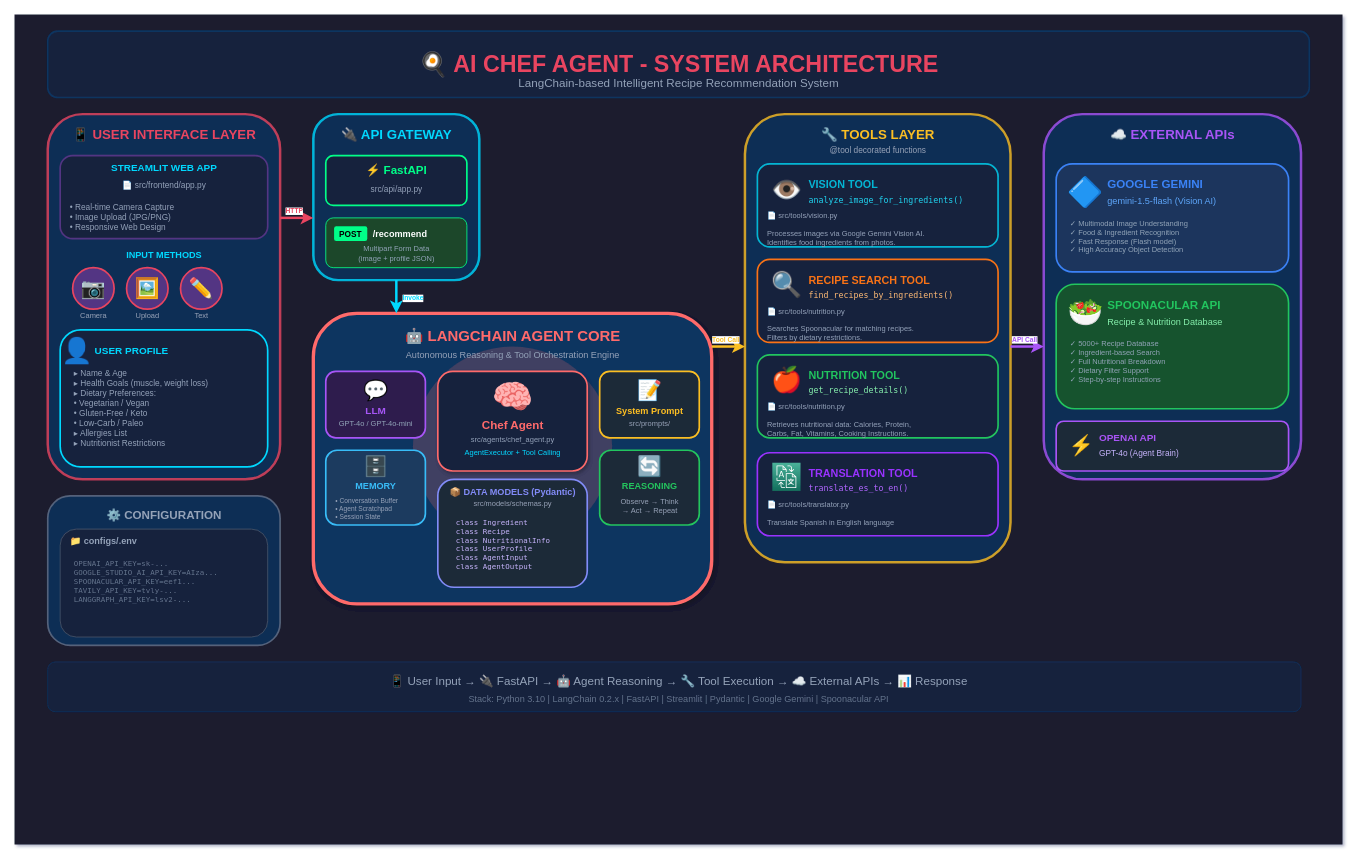
This is page "AI Chef Agent - Professional Architecture" (1 of 4) of docs/agent_architecture.drawio from PabloJGD/proy_nutria, a draw.io file, before an edit. Source tidied: cells renumbered, new cells numbered last; positions are measured from the earlier drawing's top-left corner, leaving out a move shared by most shapes. Both pictures are drawn from the tidied source at 83%, with x=0, y=0 at pixel (14, 14).
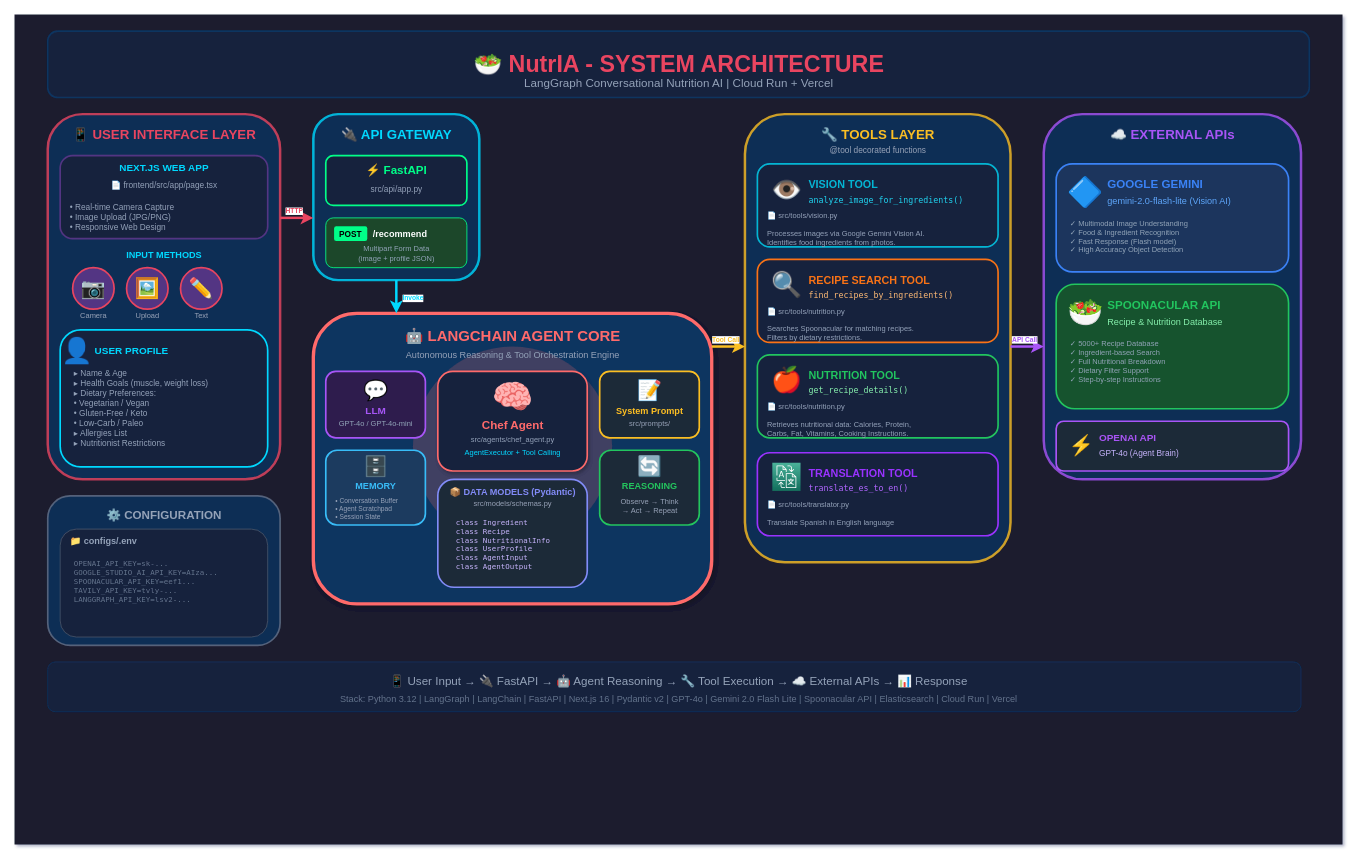
The same diagram, later.

Commit message (it also covers changes not shown here):
docs: rewrite README, update architecture diagram to v4 and add Gamma presentation

Diff of the diagram source:
```diff
@@
-    <mxCell id="4" value="🍳 AI CHEF AGENT - SYSTEM ARCHITECTURE" style="text;html=1;strokeColor=none;fillColor=none;align=center;verticalAlign=middle;fontSize=28;fontStyle=1;fontColor=#e94560;" parent="1" vertex="1">
+    <mxCell id="4" value="🥗 NutrIA - SYSTEM ARCHITECTURE" style="text;html=1;strokeColor=none;fillColor=none;align=center;verticalAlign=middle;fontSize=28;fontStyle=1;fontColor=#e94560;" parent="1" vertex="1">
       <mxGeometry x="400" y="35" width="800" height="50" as="geometry" />
     </mxCell>
-    <mxCell id="5" value="LangChain-based Intelligent Recipe Recommendation System" style="text;html=1;strokeColor=none;fillColor=none;align=center;verticalAlign=middle;fontSize=14;fontColor=#94a3b8;" parent="1" vertex="1">
+    <mxCell id="5" value="LangGraph Conversational Nutrition AI | Cloud Run + Vercel" style="text;html=1;strokeColor=none;fillColor=none;align=center;verticalAlign=middle;fontSize=14;fontColor=#94a3b8;" parent="1" vertex="1">
       <mxGeometry x="500" y="70" width="600" height="25" as="geometry" />
     </mxCell>
@@
-    <mxCell id="9" value="STREAMLIT WEB APP" style="text;html=1;strokeColor=none;fillColor=none;align=center;verticalAlign=middle;fontSize=12;fontStyle=1;fontColor=#00d9ff;" parent="1" vertex="1">
+    <mxCell id="9" value="NEXT.JS WEB APP" style="text;html=1;strokeColor=none;fillColor=none;align=center;verticalAlign=middle;fontSize=12;fontStyle=1;fontColor=#00d9ff;" parent="1" vertex="1">
       <mxGeometry x="55" y="175" width="250" height="20" as="geometry" />
     </mxCell>
-    <mxCell id="10" value="📄 src/frontend/app.py" style="text;html=1;strokeColor=none;fillColor=none;align=center;verticalAlign=middle;fontSize=10;fontColor=#94a3b8;" parent="1" vertex="1">
+    <mxCell id="10" value="📄 frontend/src/app/page.tsx" style="text;html=1;strokeColor=none;fillColor=none;align=center;verticalAlign=middle;fontSize=10;fontColor=#94a3b8;" parent="1" vertex="1">
       <mxGeometry x="55" y="195" width="250" height="20" as="geometry" />
     </mxCell>
@@
-    <mxCell id="87" value="gemini-1.5-flash (Vision AI)" style="text;html=1;strokeColor=none;fillColor=none;align=left;verticalAlign=middle;fontSize=11;fontColor=#60a5fa;" parent="1" vertex="1">
+    <mxCell id="87" value="gemini-2.0-flash-lite (Vision AI)" style="text;html=1;strokeColor=none;fillColor=none;align=left;verticalAlign=middle;fontSize=11;fontColor=#60a5fa;" parent="1" vertex="1">
       <mxGeometry x="1315" y="215" width="200" height="20" as="geometry" />
     </mxCell>
@@
-    <mxCell id="113" value="Stack: Python 3.10 | LangChain 0.2.x | FastAPI | Streamlit | Pydantic | Google Gemini | Spoonacular API" style="text;html=1;strokeColor=none;fillColor=none;align=center;verticalAlign=middle;fontSize=11;fontColor=#64748b;" parent="1" vertex="1">
+    <mxCell id="113" value="Stack: Python 3.12 | LangGraph | LangChain | FastAPI | Next.js 16 | Pydantic v2 | GPT-4o | Gemini 2.0 Flash Lite | Spoonacular API | Elasticsearch | Cloud Run | Vercel" style="text;html=1;strokeColor=none;fillColor=none;align=center;verticalAlign=middle;fontSize=11;fontColor=#64748b;" parent="1" vertex="1">
       <mxGeometry x="200" y="815" width="1200" height="20" as="geometry" />
     </mxCell>
```
